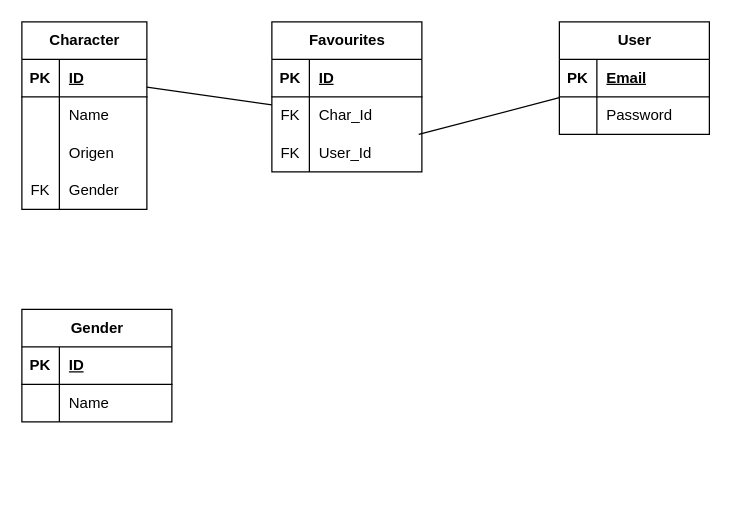
This is Diagrama sin título.drawio from michiqueli/Project-Rick-and-Morty, a draw.io file, before an edit. Source tidied: cells renumbered, new cells numbered last; positions are measured from the earlier drawing's top-left corner, leaving out a move shared by most shapes. Both pictures are drawn from the tidied source at 125%, with x=0, y=0 at pixel (21, 21).
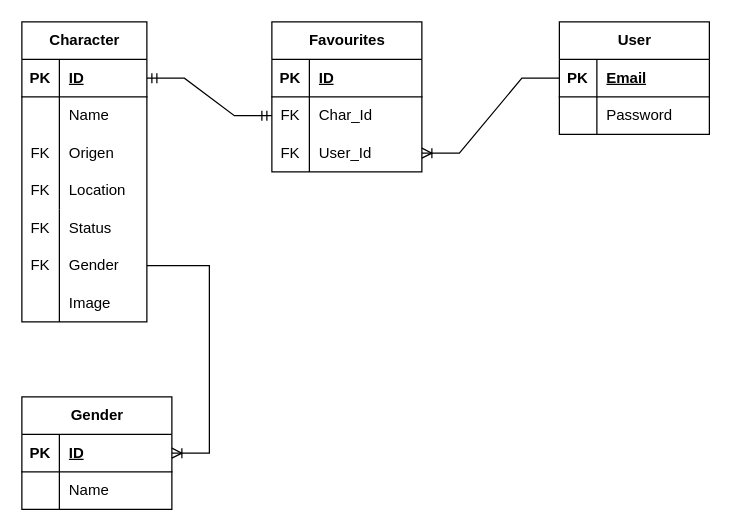
The same diagram, later.

Commit message (it also covers changes not shown here):
Actualizar Diagrama

The change refers to these unchanged cells:
```xml
<mxCell id="3" style="shape=tableRow;horizontal=0;startSize=0;swimlaneHead=0;swimlaneBody=0;fillColor=none;points=[[0,0.5],[1,0.5]];portConstraint=eastwest;top=0;left=0;right=0;bottom=1;" parent="2" vertex="1">
  <mxGeometry y="30" width="100" height="30" as="geometry" />
</mxCell>
<mxCell id="9" style="shape=tableRow;horizontal=0;startSize=0;swimlaneHead=0;swimlaneBody=0;fillColor=none;top=0;left=0;right=0;bottom=0;" parent="2" vertex="1">
  <mxGeometry y="90" width="100" height="30" as="geometry" />
</mxCell>
<mxCell id="12" style="shape=tableRow;horizontal=0;startSize=0;swimlaneHead=0;swimlaneBody=0;fillColor=none;top=0;left=0;right=0;bottom=0;" parent="2" vertex="1">
  <mxGeometry y="120" width="100" height="30" as="geometry" />
</mxCell>
<mxCell id="19" style="shape=tableRow;horizontal=0;startSize=0;swimlaneHead=0;swimlaneBody=0;fillColor=none;points=[[0,0.5],[1,0.5]];portConstraint=eastwest;top=0;left=0;right=0;bottom=0;" parent="15" vertex="1">
  <mxGeometry y="60" width="120" height="30" as="geometry" />
</mxCell>
<mxCell id="22" style="shape=tableRow;horizontal=0;startSize=0;swimlaneHead=0;swimlaneBody=0;fillColor=none;points=[[0,0.5],[1,0.5]];portConstraint=eastwest;top=0;left=0;right=0;bottom=0;" parent="15" vertex="1">
  <mxGeometry y="90" width="120" height="30" as="geometry" />
</mxCell>
<mxCell id="25" value="User" style="shape=table;startSize=30;childLayout=tableLayout;rowLines=0;fontStyle=1;align=center;html=1;" parent="1" vertex="1">
  <mxGeometry x="430" width="120" height="90" as="geometry" />
</mxCell>
<mxCell id="26" style="shape=tableRow;horizontal=0;startSize=0;swimlaneHead=0;swimlaneBody=0;fillColor=none;points=[[0,0.5],[1,0.5]];portConstraint=eastwest;top=0;left=0;right=0;bottom=1;" parent="25" vertex="1">
  <mxGeometry y="30" width="120" height="30" as="geometry" />
</mxCell>
```

The edit, as a diff of the source:
```diff
@@
     <mxCell id="2" value="Character" style="shape=table;startSize=30;childLayout=tableLayout;rowLines=0;fontStyle=1;align=center;html=1;" parent="1" vertex="1">
-      <mxGeometry width="100" height="150" as="geometry" />
+      <mxGeometry width="100" height="240" as="geometry" />
     </mxCell>
@@
-    <mxCell id="10" style="shape=partialRectangle;fillColor=none;top=0;left=0;bottom=0;right=0;overflow=hidden;whiteSpace=wrap;html=1;" parent="9" vertex="1">
+    <mxCell id="10" value="FK" style="shape=partialRectangle;fillColor=none;top=0;left=0;bottom=0;right=0;overflow=hidden;whiteSpace=wrap;html=1;" parent="9" vertex="1">
       <mxGeometry width="30" height="30" as="geometry" />
     </mxCell>
@@
-    <mxCell id="14" value="Gender" style="shape=partialRectangle;fillColor=none;top=0;left=0;bottom=0;right=0;align=left;spacingLeft=6;overflow=hidden;whiteSpace=wrap;html=1;" parent="12" vertex="1">
+    <mxCell id="14" value="Location" style="shape=partialRectangle;fillColor=none;top=0;left=0;bottom=0;right=0;align=left;spacingLeft=6;overflow=hidden;whiteSpace=wrap;html=1;" parent="12" vertex="1">
       <mxGeometry x="30" width="70" height="30" as="geometry" />
     </mxCell>
@@
     <mxCell id="32" value="Gender" style="shape=table;startSize=30;childLayout=tableLayout;rowLines=0;fontStyle=1;align=center;html=1;" parent="1" vertex="1">
-      <mxGeometry y="230" width="120" height="90" as="geometry" />
+      <mxGeometry y="300" width="120" height="90" as="geometry" />
     </mxCell>
@@
-    <mxCell id="39" style="endArrow=none;html=1;rounded=0;" parent="1" edge="1" source="19" target="3">
-      <mxGeometry relative="1" as="geometry" />
-    </mxCell>
-    <mxCell id="40" style="endArrow=none;html=1;rounded=0;" parent="1" edge="1" source="22" target="25">
-      <mxGeometry relative="1" as="geometry" />
-    </mxCell>
+    <mxCell id="41" style="edgeStyle=entityRelationEdgeStyle;fontSize=12;html=1;endArrow=ERoneToMany;rounded=0;" parent="1" edge="1" source="48" target="32">
+      <mxGeometry relative="1" as="geometry">
+        <Array as="points">
+          <mxPoint x="80" y="200" />
+          <mxPoint x="100" y="200" />
+        </Array>
+      </mxGeometry>
+    </mxCell>
+    <mxCell id="42" style="edgeStyle=entityRelationEdgeStyle;fontSize=12;html=1;endArrow=ERoneToMany;rounded=0;" parent="1" edge="1" source="26" target="22">
+      <mxGeometry relative="1" as="geometry" />
+    </mxCell>
+    <mxCell id="43" style="edgeStyle=entityRelationEdgeStyle;fontSize=12;html=1;endArrow=ERmandOne;startArrow=ERmandOne;rounded=0;" parent="1" edge="1" source="3" target="19">
+      <mxGeometry relative="1" as="geometry" />
+    </mxCell>
+    <mxCell id="44" style="endArrow=none;html=1;rounded=0;" parent="1" edge="1">
+      <mxGeometry relative="1" as="geometry">
+        <mxPoint x="30" y="240" as="sourcePoint" />
+        <mxPoint x="30" y="150" as="targetPoint" />
+      </mxGeometry>
+    </mxCell>
+    <mxCell id="45" value="Image" style="shape=partialRectangle;fillColor=none;top=0;left=0;bottom=0;right=0;align=left;spacingLeft=6;overflow=hidden;whiteSpace=wrap;html=1;" parent="1" vertex="1">
+      <mxGeometry x="30" y="210" width="70" height="30" as="geometry" />
+    </mxCell>
+    <mxCell id="46" style="shape=partialRectangle;fillColor=none;top=0;left=0;bottom=0;right=0;overflow=hidden;whiteSpace=wrap;html=1;" parent="1" vertex="1">
+      <mxGeometry y="210" width="30" height="30" as="geometry" />
+    </mxCell>
+    <mxCell id="47" style="shape=tableRow;horizontal=0;startSize=0;swimlaneHead=0;swimlaneBody=0;fillColor=none;top=0;left=0;right=0;bottom=0;" parent="1" vertex="1">
+      <mxGeometry x="270" y="220" width="100" height="30" as="geometry" />
+    </mxCell>
+    <mxCell id="48" style="shape=tableRow;horizontal=0;startSize=0;swimlaneHead=0;swimlaneBody=0;fillColor=none;points=[[0,0.5],[1,0.5]];portConstraint=eastwest;top=0;left=0;right=0;bottom=0;" parent="1" vertex="1">
+      <mxGeometry y="180" width="100" height="30" as="geometry" />
+    </mxCell>
+    <mxCell id="49" value="FK" style="shape=partialRectangle;fillColor=none;top=0;left=0;bottom=0;right=0;overflow=hidden;whiteSpace=wrap;html=1;" parent="48" vertex="1">
+      <mxGeometry width="30" height="30" as="geometry" />
+    </mxCell>
+    <mxCell id="50" value="Gender" style="shape=partialRectangle;fillColor=none;top=0;left=0;bottom=0;right=0;align=left;spacingLeft=6;overflow=hidden;whiteSpace=wrap;html=1;" parent="48" vertex="1">
+      <mxGeometry x="30" width="70" height="30" as="geometry" />
+    </mxCell>
+    <mxCell id="51" style="shape=tableRow;horizontal=0;startSize=0;swimlaneHead=0;swimlaneBody=0;fillColor=none;top=0;left=0;right=0;bottom=0;" parent="1" vertex="1">
+      <mxGeometry y="150" width="100" height="30" as="geometry" />
+    </mxCell>
+    <mxCell id="52" value="FK" style="shape=partialRectangle;fillColor=none;top=0;left=0;bottom=0;right=0;overflow=hidden;whiteSpace=wrap;html=1;" parent="51" vertex="1">
+      <mxGeometry width="30" height="30" as="geometry" />
+    </mxCell>
+    <mxCell id="53" value="Status" style="shape=partialRectangle;fillColor=none;top=0;left=0;bottom=0;right=0;align=left;spacingLeft=6;overflow=hidden;whiteSpace=wrap;html=1;" parent="51" vertex="1">
+      <mxGeometry x="30" width="70" height="30" as="geometry" />
+    </mxCell>
```
